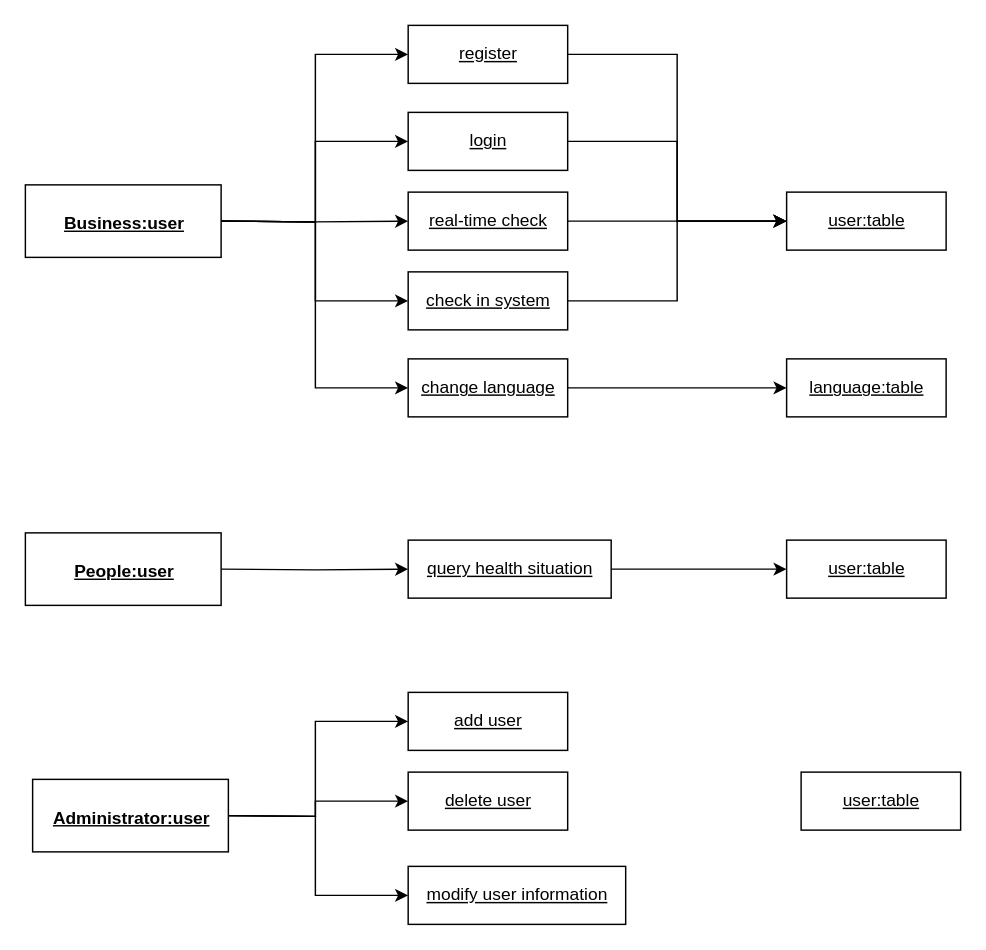
Earlier version of the draw.io diagram page "object diagram2" (6 of 6) of object diagram.drawio (vivianyiye/vivianyiye). Source tidied: cells renumbered, new cells numbered last; positions are measured from the earlier drawing's top-left corner, leaving out a move shared by most shapes. Both pictures are drawn from the tidied source at 145%, with x=0, y=0 at pixel (25, 25).
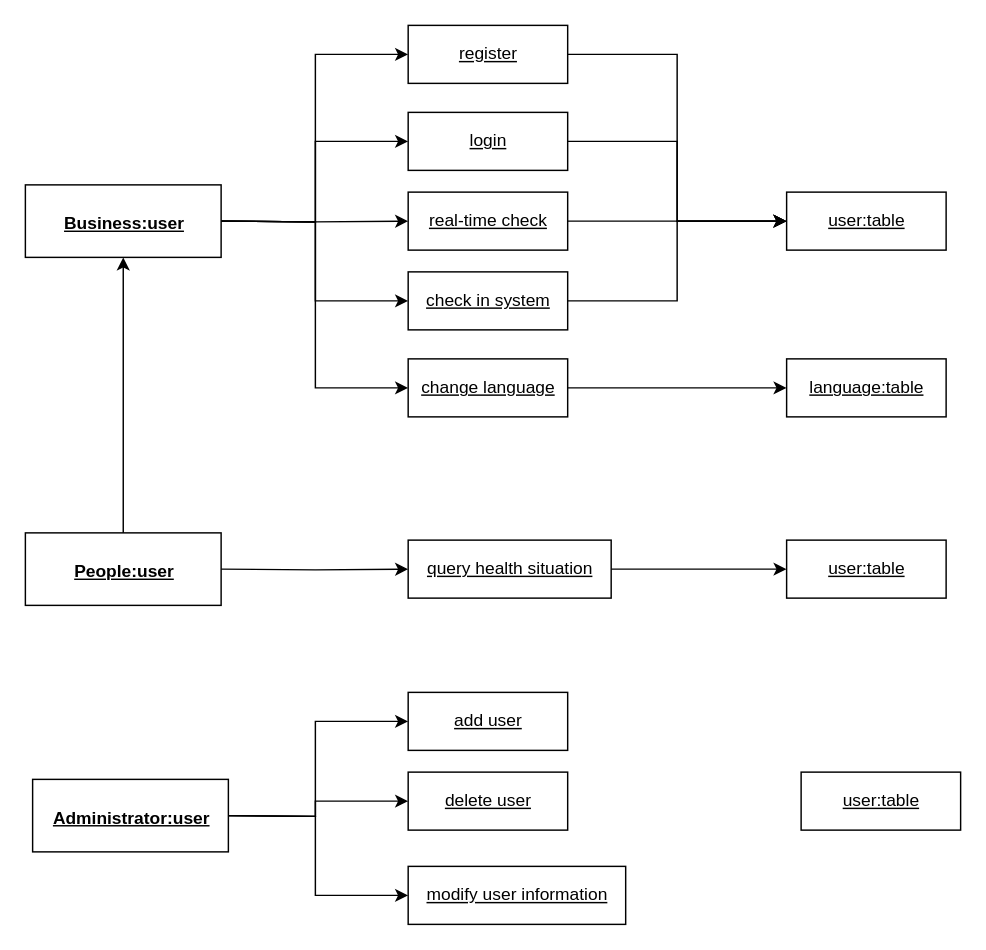
Above is the later version.

The change refers to these unchanged cells:
```xml
<mxCell id="30" value="&lt;div style=&quot;text-align: left&quot;&gt;&lt;p style=&quot;margin: 4px 0px 0px ; text-align: center&quot;&gt;&lt;b&gt;&lt;u&gt;Business:user&lt;/u&gt;&lt;/b&gt;&lt;/p&gt;&lt;/div&gt;" style="html=1;" parent="1" vertex="1">
  <mxGeometry y="110" width="135" height="50" as="geometry" />
</mxCell>
<mxCell id="31" value="&lt;div style=&quot;text-align: left&quot;&gt;&lt;p style=&quot;margin: 4px 0px 0px ; text-align: center&quot;&gt;&lt;b&gt;&lt;u&gt;People:user&lt;/u&gt;&lt;/b&gt;&lt;/p&gt;&lt;/div&gt;" style="html=1;" parent="1" vertex="1">
  <mxGeometry y="350" width="135" height="50" as="geometry" />
</mxCell>
```

The edit, as a diff of the source:
```diff
@@
+    <mxCell id="33" style="edgeStyle=orthogonalEdgeStyle;rounded=0;jettySize=auto;html=1;exitX=0.5;exitY=0;exitDx=0;exitDy=0;entryX=0.5;entryY=1;entryDx=0;entryDy=0;" parent="1" edge="1" source="31" target="30">
+      <mxGeometry relative="1" as="geometry" />
+    </mxCell>
```
